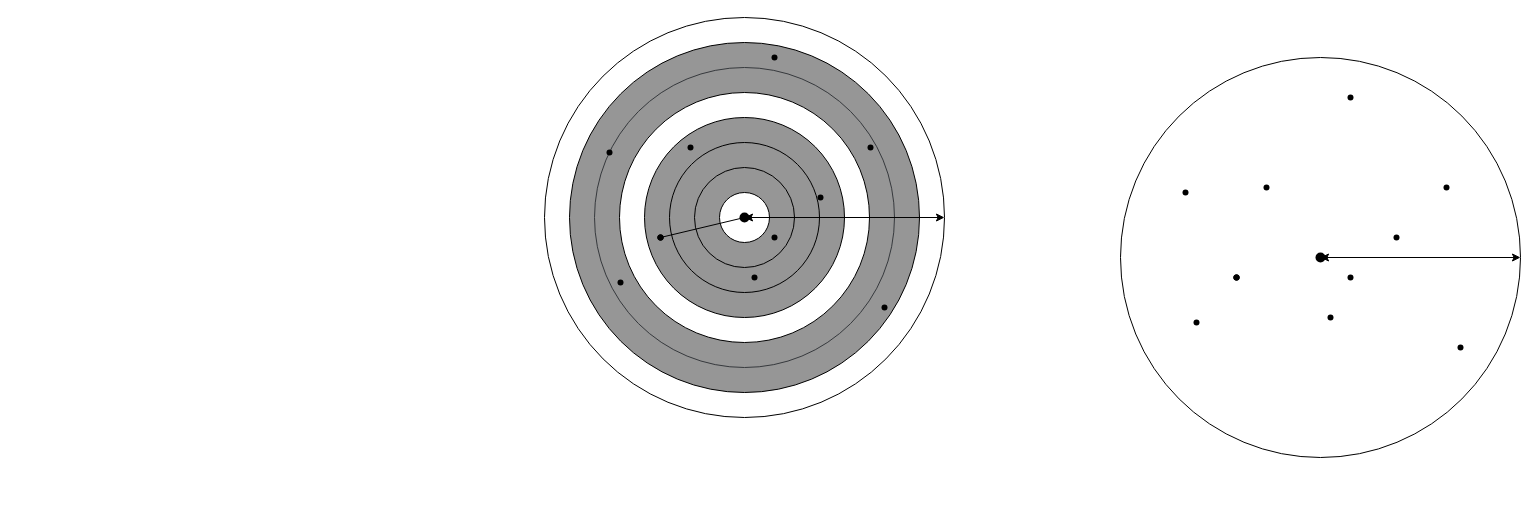
This is 未命名绘图.drawio from Isaiah-wood/draw.io, a draw.io file, before an edit. Source tidied: cells renumbered, new cells numbered last; positions are measured from the earlier drawing's top-left corner, leaving out a move shared by most shapes. Both pictures are drawn from the tidied source at 100%, with x=0, y=0 at pixel (544, 17).
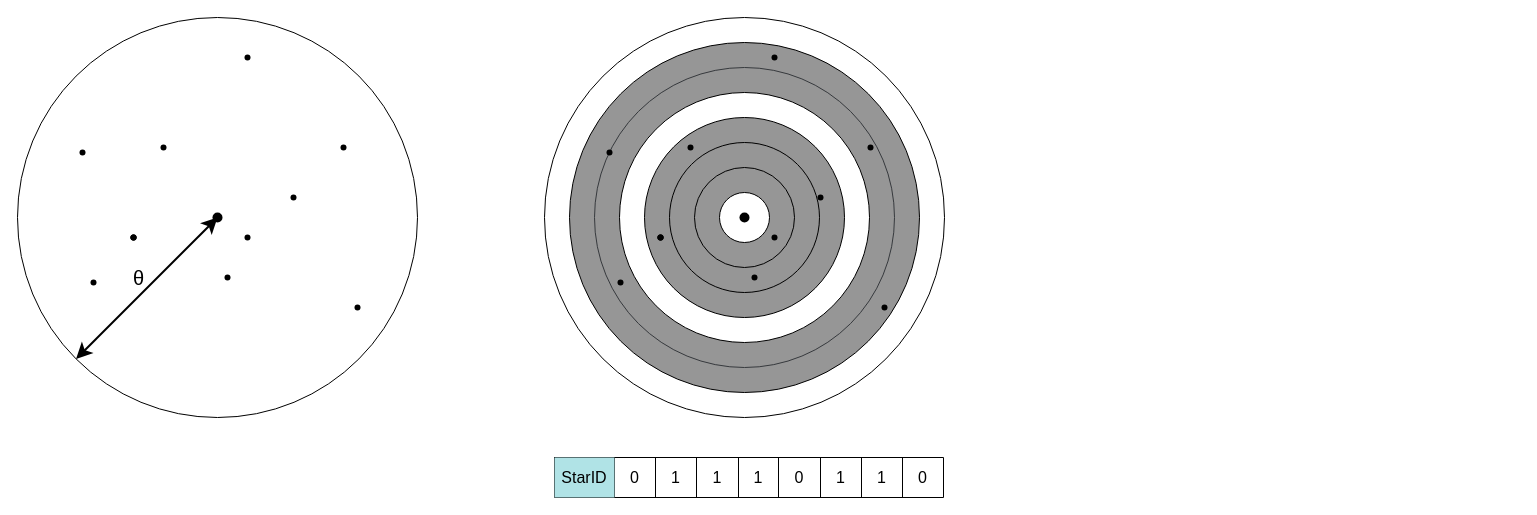
After the change.

Commit message (it also covers changes not shown here):
更新未命名绘图.drawio

Unchanged cells that the change refers to:
```xml
<mxCell id="2" style="ellipse;whiteSpace=wrap;html=1;" parent="1" vertex="1">
  <mxGeometry width="400" height="400" as="geometry" />
</mxCell>
<mxCell id="10" style="shape=waypoint;sketch=0;fillStyle=solid;size=6;points=[];fillColor=none;perimeter=centerPerimeter;snapToPoint=1;strokeWidth=3;" parent="1" vertex="1">
  <mxGeometry x="190" y="190" width="20" height="20" as="geometry" />
</mxCell>
<mxCell id="19" style="shape=waypoint;sketch=0;fillStyle=solid;size=6;points=[];fillColor=none;perimeter=centerPerimeter;snapToPoint=1;" parent="1" vertex="1">
  <mxGeometry x="106" y="210" width="20" height="20" as="geometry" />
</mxCell>
```

The edit, as a diff of the source:
```diff
@@
-    <mxCell id="23" style="endArrow=none;html=1;rounded=0;entryX=0.586;entryY=0.871;entryDx=0;entryDy=0;entryPerimeter=0;exitX=0.614;exitY=0.871;exitDx=0;exitDy=0;exitPerimeter=0;" parent="1" edge="1" source="19" target="10">
-      <mxGeometry relative="1" as="geometry" />
-    </mxCell>
-    <mxCell id="24" style="endArrow=classic;startArrow=classic;html=1;rounded=0;entryX=1;entryY=0.5;entryDx=0;entryDy=0;exitX=0.897;exitY=1.043;exitDx=0;exitDy=0;exitPerimeter=0;" parent="1" edge="1" source="10" target="2">
-      <mxGeometry relative="1" as="geometry" />
-    </mxCell>
     <mxCell id="25" style="ellipse;whiteSpace=wrap;html=1;" parent="1" vertex="1">
-      <mxGeometry x="576" y="40" width="400" height="400" as="geometry" />
+      <mxGeometry x="-527" width="400" height="400" as="geometry" />
     </mxCell>
     <mxCell id="26" style="shape=waypoint;sketch=0;fillStyle=solid;size=6;points=[];fillColor=none;perimeter=centerPerimeter;snapToPoint=1;strokeWidth=3;" parent="1" vertex="1">
-      <mxGeometry x="766" y="230" width="20" height="20" as="geometry" />
+      <mxGeometry x="-337" y="190" width="20" height="20" as="geometry" />
     </mxCell>
     <mxCell id="27" style="shape=waypoint;sketch=0;fillStyle=solid;size=6;fillColor=none;perimeter=centerPerimeter;" parent="1" vertex="1">
-      <mxGeometry x="776" y="290" width="20" height="20" as="geometry" />
+      <mxGeometry x="-327" y="250" width="20" height="20" as="geometry" />
     </mxCell>
     <mxCell id="28" style="shape=waypoint;sketch=0;fillStyle=solid;size=6;fillColor=none;perimeter=centerPerimeter;" parent="1" vertex="1">
-      <mxGeometry x="712" y="160" width="20" height="20" as="geometry" />
+      <mxGeometry x="-391" y="120" width="20" height="20" as="geometry" />
     </mxCell>
     <mxCell id="29" style="shape=waypoint;sketch=0;fillStyle=solid;size=6;fillColor=none;perimeter=centerPerimeter;" parent="1" vertex="1">
-      <mxGeometry x="642" y="295" width="20" height="20" as="geometry" />
+      <mxGeometry x="-461" y="255" width="20" height="20" as="geometry" />
     </mxCell>
     <mxCell id="30" style="shape=waypoint;sketch=0;fillStyle=solid;size=6;fillColor=none;perimeter=centerPerimeter;" parent="1" vertex="1">
-      <mxGeometry x="796" y="250" width="20" height="20" as="geometry" />
+      <mxGeometry x="-307" y="210" width="20" height="20" as="geometry" />
     </mxCell>
     <mxCell id="31" style="shape=waypoint;sketch=0;fillStyle=solid;size=6;fillColor=none;perimeter=centerPerimeter;" parent="1" vertex="1">
-      <mxGeometry x="842" y="210" width="20" height="20" as="geometry" />
+      <mxGeometry x="-261" y="170" width="20" height="20" as="geometry" />
     </mxCell>
     <mxCell id="32" style="shape=waypoint;sketch=0;fillStyle=solid;size=6;fillColor=none;perimeter=centerPerimeter;" parent="1" vertex="1">
-      <mxGeometry x="892" y="160" width="20" height="20" as="geometry" />
+      <mxGeometry x="-211" y="120" width="20" height="20" as="geometry" />
     </mxCell>
     <mxCell id="33" style="shape=waypoint;sketch=0;fillStyle=solid;size=6;fillColor=none;perimeter=centerPerimeter;" parent="1" vertex="1">
-      <mxGeometry x="682" y="250" width="20" height="20" as="geometry" />
+      <mxGeometry x="-421" y="210" width="20" height="20" as="geometry" />
     </mxCell>
     <mxCell id="34" style="shape=waypoint;sketch=0;fillStyle=solid;size=6;fillColor=none;perimeter=centerPerimeter;" parent="1" vertex="1">
-      <mxGeometry x="682" y="250" width="20" height="20" as="geometry" />
+      <mxGeometry x="-421" y="210" width="20" height="20" as="geometry" />
     </mxCell>
     <mxCell id="35" style="shape=waypoint;sketch=0;fillStyle=solid;size=6;fillColor=none;perimeter=centerPerimeter;" parent="1" vertex="1">
-      <mxGeometry x="682" y="250" width="20" height="20" as="geometry" />
+      <mxGeometry x="-421" y="210" width="20" height="20" as="geometry" />
     </mxCell>
     <mxCell id="36" style="shape=waypoint;sketch=0;fillStyle=solid;size=6;fillColor=none;perimeter=centerPerimeter;" parent="1" vertex="1">
-      <mxGeometry x="631" y="165" width="20" height="20" as="geometry" />
+      <mxGeometry x="-472" y="125" width="20" height="20" as="geometry" />
     </mxCell>
     <mxCell id="37" style="shape=waypoint;sketch=0;fillStyle=solid;size=6;fillColor=none;perimeter=centerPerimeter;" parent="1" vertex="1">
-      <mxGeometry x="796" y="70" width="20" height="20" as="geometry" />
+      <mxGeometry x="-307" y="30" width="20" height="20" as="geometry" />
     </mxCell>
     <mxCell id="38" style="shape=waypoint;sketch=0;fillStyle=solid;size=6;fillColor=none;perimeter=centerPerimeter;" parent="1" vertex="1">
-      <mxGeometry x="906" y="320" width="20" height="20" as="geometry" />
+      <mxGeometry x="-197" y="280" width="20" height="20" as="geometry" />
     </mxCell>
-    <mxCell id="39" style="endArrow=classic;startArrow=classic;html=1;rounded=0;entryX=1;entryY=0.5;entryDx=0;entryDy=0;exitX=0.897;exitY=1.043;exitDx=0;exitDy=0;exitPerimeter=0;" parent="1" edge="1" source="26" target="25">
+    <mxCell id="39" style="endArrow=classic;startArrow=classic;html=1;rounded=0;entryX=0;entryY=1;entryDx=0;entryDy=0;exitX=0.897;exitY=1.043;exitDx=0;exitDy=0;exitPerimeter=0;endSize=10;startSize=10;strokeWidth=2;shadow=0;flowAnimation=0;" parent="1" edge="1" source="26" target="25">
       <mxGeometry relative="1" as="geometry" />
     </mxCell>
+    <mxCell id="40" style="shape=table;startSize=0;childLayout=tableLayout;fontSize=16;" parent="1" vertex="1">
+      <mxGeometry x="10" y="440" width="389" height="40" as="geometry" />
+    </mxCell>
+    <mxCell id="41" style="shape=tableRow;horizontal=0;startSize=0;swimlaneHead=0;swimlaneBody=0;strokeColor=inherit;top=0;left=0;bottom=0;right=0;fillColor=none;fontSize=16;" parent="40" vertex="1">
+      <mxGeometry width="389" height="40" as="geometry" />
+    </mxCell>
+    <mxCell id="42" value="StarID" style="shape=partialRectangle;html=1;whiteSpace=wrap;strokeColor=#0e8088;overflow=hidden;fillColor=#b0e3e6;top=0;left=0;bottom=0;right=0;fontSize=16;" parent="41" vertex="1">
+      <mxGeometry width="60" height="40" as="geometry" />
+    </mxCell>
+    <mxCell id="43" value="0" style="shape=partialRectangle;html=1;whiteSpace=wrap;strokeColor=inherit;overflow=hidden;fillColor=none;top=0;left=0;bottom=0;right=0;fontSize=16;" parent="41" vertex="1">
+      <mxGeometry x="60" width="41" height="40" as="geometry" />
+    </mxCell>
+    <mxCell id="44" value="1" style="shape=partialRectangle;html=1;whiteSpace=wrap;strokeColor=inherit;overflow=hidden;fillColor=none;top=0;left=0;bottom=0;right=0;fontSize=16;" parent="41" vertex="1">
+      <mxGeometry x="101" width="41" height="40" as="geometry" />
+    </mxCell>
+    <mxCell id="45" value="1" style="shape=partialRectangle;html=1;whiteSpace=wrap;strokeColor=inherit;overflow=hidden;fillColor=none;top=0;left=0;bottom=0;right=0;fontSize=16;" parent="41" vertex="1">
+      <mxGeometry x="142" width="42" height="40" as="geometry" />
+    </mxCell>
+    <mxCell id="46" value="1" style="shape=partialRectangle;html=1;whiteSpace=wrap;strokeColor=inherit;overflow=hidden;fillColor=none;top=0;left=0;bottom=0;right=0;fontSize=16;" parent="41" vertex="1">
+      <mxGeometry x="184" width="40" height="40" as="geometry" />
+    </mxCell>
+    <mxCell id="47" value="0" style="shape=partialRectangle;html=1;whiteSpace=wrap;strokeColor=inherit;overflow=hidden;fillColor=none;top=0;left=0;bottom=0;right=0;fontSize=16;" parent="41" vertex="1">
+      <mxGeometry x="224" width="42" height="40" as="geometry" />
+    </mxCell>
+    <mxCell id="48" value="1" style="shape=partialRectangle;html=1;whiteSpace=wrap;strokeColor=inherit;overflow=hidden;fillColor=none;top=0;left=0;bottom=0;right=0;fontSize=16;" parent="41" vertex="1">
+      <mxGeometry x="266" width="41" height="40" as="geometry" />
+    </mxCell>
+    <mxCell id="49" value="1" style="shape=partialRectangle;html=1;whiteSpace=wrap;strokeColor=inherit;overflow=hidden;fillColor=none;top=0;left=0;bottom=0;right=0;fontSize=16;" parent="41" vertex="1">
+      <mxGeometry x="307" width="41" height="40" as="geometry" />
+    </mxCell>
+    <mxCell id="50" value="0" style="shape=partialRectangle;html=1;whiteSpace=wrap;strokeColor=inherit;overflow=hidden;fillColor=none;top=0;left=0;bottom=0;right=0;fontSize=16;" parent="41" vertex="1">
+      <mxGeometry x="348" width="41" height="40" as="geometry" />
+    </mxCell>
+    <mxCell id="51" value="&lt;font style=&quot;font-size: 20px;&quot;&gt;θ&lt;/font&gt;" style="text;html=1;align=center;verticalAlign=middle;strokeColor=none;fillColor=none;" parent="1" vertex="1">
+      <mxGeometry x="-421" y="240" width="30" height="40" as="geometry" />
+    </mxCell>
```
